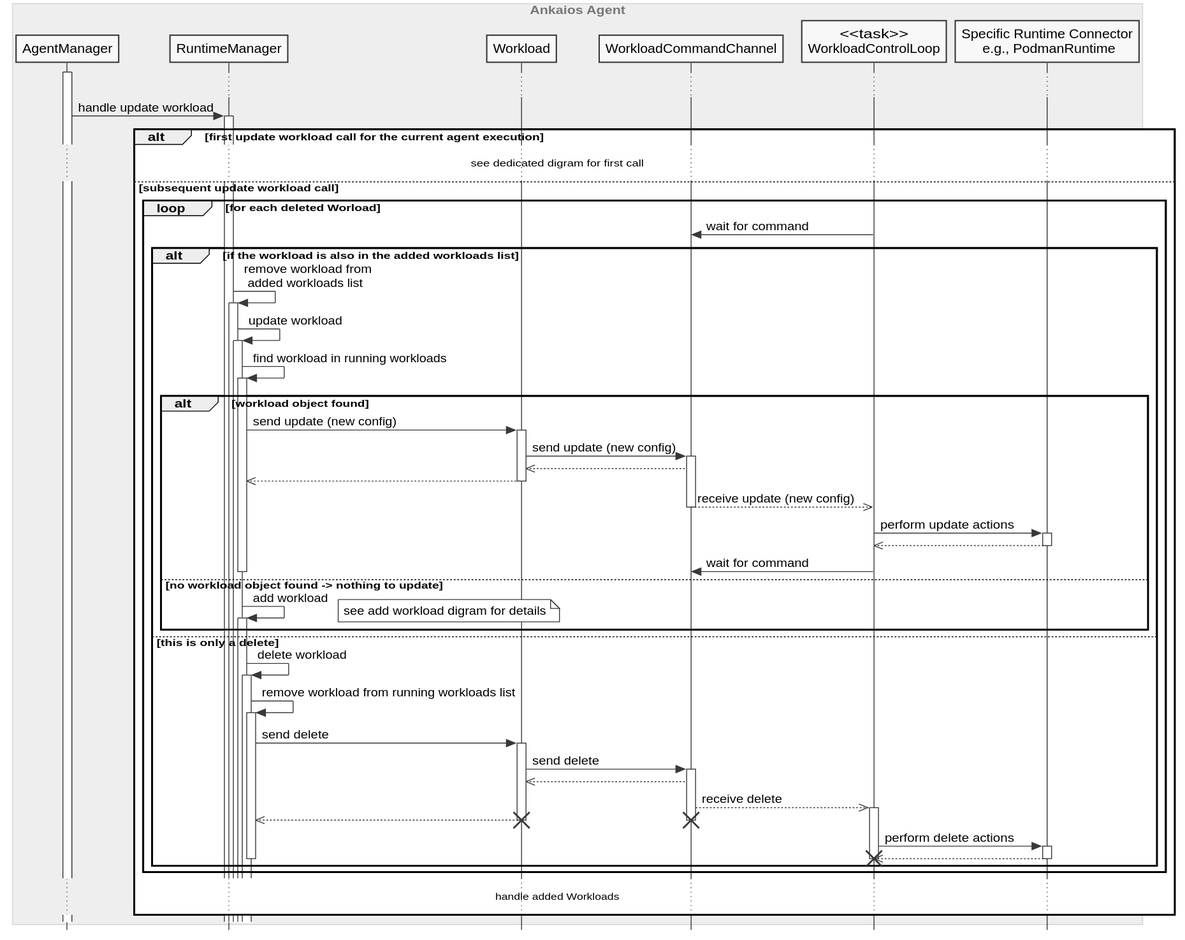
Before: agent/doc/swdesign/plantuml/seq_update_workload_subsequent_deleted.svg, a diagram exported from PlantUML (eclipse-ankaios/ankaios).
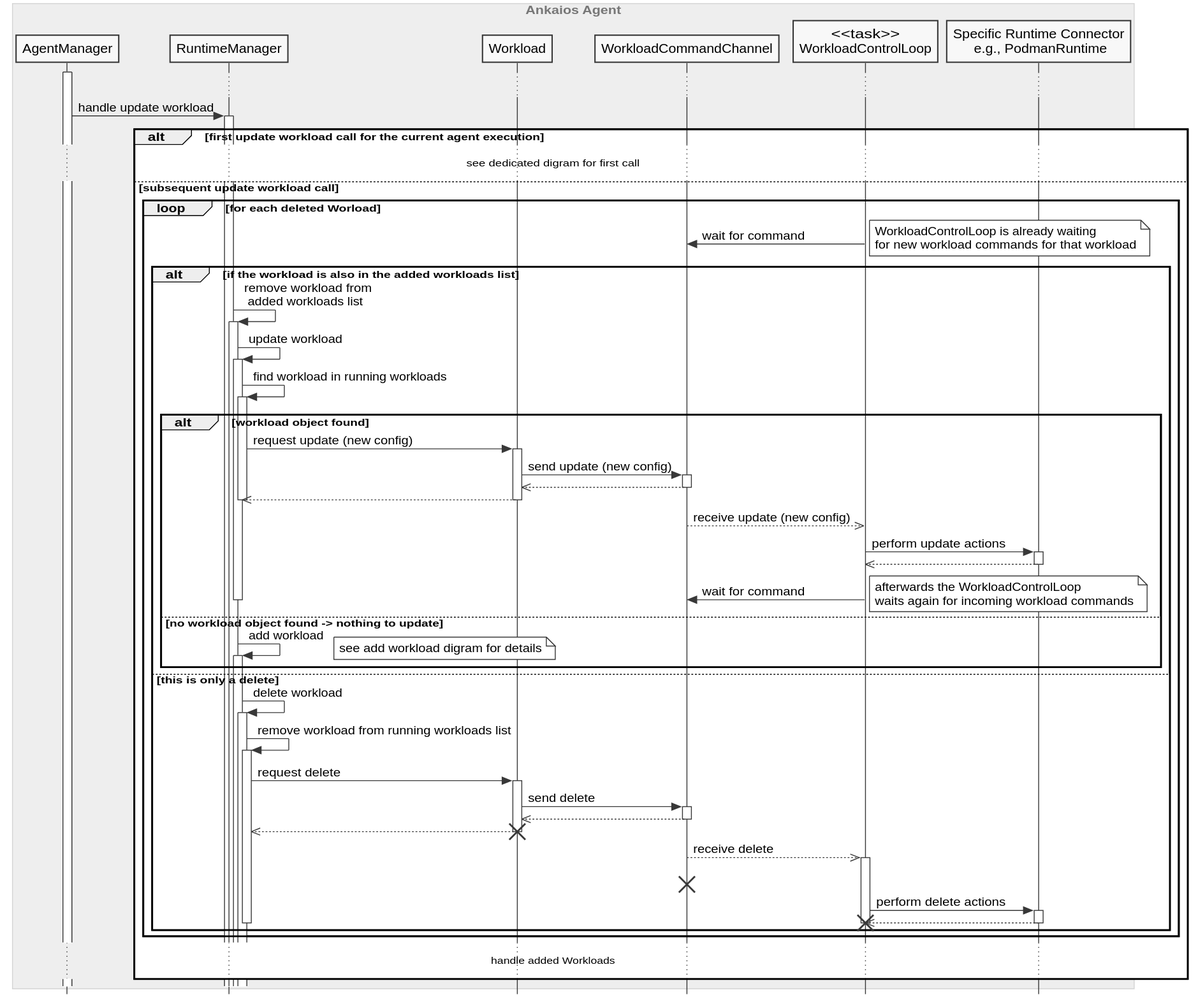
The same diagram one commit later.

Commit message:
Diagram improvements

Change to the diagram source:
```diff
@@ -46,21 +46,30 @@
 else subsequent update workload call
     loop for each deleted Worload
         workload_control_loop -> workload_command: wait for command
+        note right
+            WorkloadControlLoop is already waiting
+            for new workload commands for that workload
+        endnote
         alt if the workload is also in the added workloads list
             runtime_manager -> runtime_manager ++--: remove workload from \n added workloads list
             runtime_manager -> runtime_manager ++: update workload
             runtime_manager -> runtime_manager ++--: find workload in running workloads
             alt workload object found
-                runtime_manager -> workload ++: send update (new config)
+                runtime_manager -> workload ++: request update (new config)
                 workload -> workload_command ++: send update (new config)
-                workload_command -->> workload
+                workload_command -->> workload--
                 workload -->> runtime_manager--
+                deactivate runtime_manager
                 deactivate workload
                 workload_command -->> workload_control_loop --++: receive update (new config)
                 deactivate workload_command
                 workload_control_loop -> runtime ++: perform update actions
                 runtime -->> workload_control_loop--
                 workload_control_loop -> workload_command: wait for command
+                note right
+                    afterwards the WorkloadControlLoop
+                    waits again for incoming workload commands
+                endnote
                 deactivate workload_control_loop
                 deactivate runtime_manager
             else no workload object found -> nothing to update
@@ -72,12 +81,12 @@
         else this is only a delete
             runtime_manager -> runtime_manager++: delete workload
             runtime_manager -> runtime_manager ++--: remove workload from running workloads list
-            runtime_manager -> workload ++: send delete
+            runtime_manager -> workload ++: request delete
             workload -> workload_command ++: send delete
-            workload_command -->> workload
-            workload_command -->> workload_control_loop ++: receive delete
+            workload_command -->> workload--
             workload -->> runtime_manager
             destroy workload
+            workload_command -->> workload_control_loop ++: receive delete
             destroy workload_command
             workload_control_loop -> runtime++: perform delete actions
             runtime -->> workload_control_loop--
```
